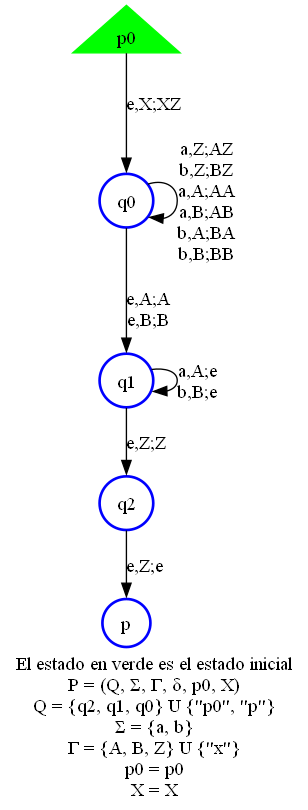
Before: pda_final_state_to_empty_stack.png, a diagram exported from Graphviz (Kevin-March/TP_INFO_1). Its source is kept beside it as pda_final_state_to_empty_stack.dot.
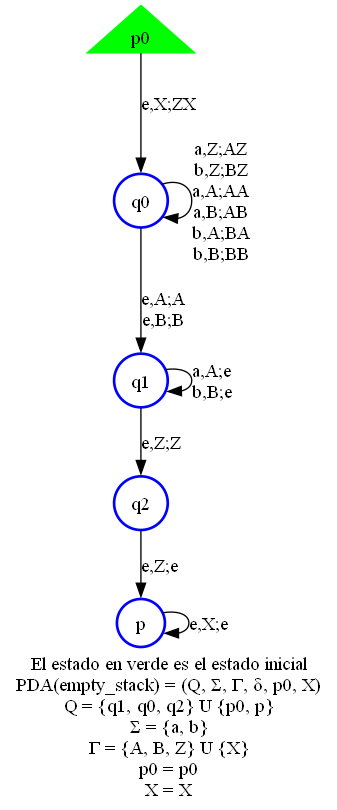
After the change.

Diff of the diagram source:
```diff
@@ -2,11 +2,11 @@
 	graph [bb="0,0,256.75,452",
 		constraint=false,
 		label="El estado en verde es el estado inicial
-P = (Q, Σ, Γ, δ, p0, X)
-Q = {q2, q1, q0} U {\"p0\", \"p\"}
+PDA(empty_stack) = (Q, Σ, Γ, δ, p0, X)
+Q = {q1, q0, q2} U {p0, p}
 Σ = {a, b}
-Γ = {A, B, Z} U {\"\
-x\"}
+Γ = {A, \
+B, Z} U {X}
 p0 = p0
 X = X
 ",
@@ -65,5 +65,6 @@
 		label=p0,
 		shape=triangle,
 		style=filled];
-	p0 -> q0	[label="e,X;XZ"];
+	p0 -> q0	[label="e,X;ZX"];
+	p -> p	[label="e,X;e"];
 }
```
